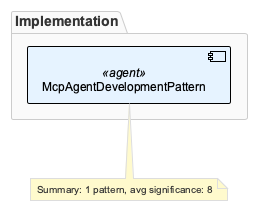
This is knowledge-management/insights/images/mcp-agent-development-pattern-architecture.png from fwornle/coding, a PlantUML export, as it was before one commit.
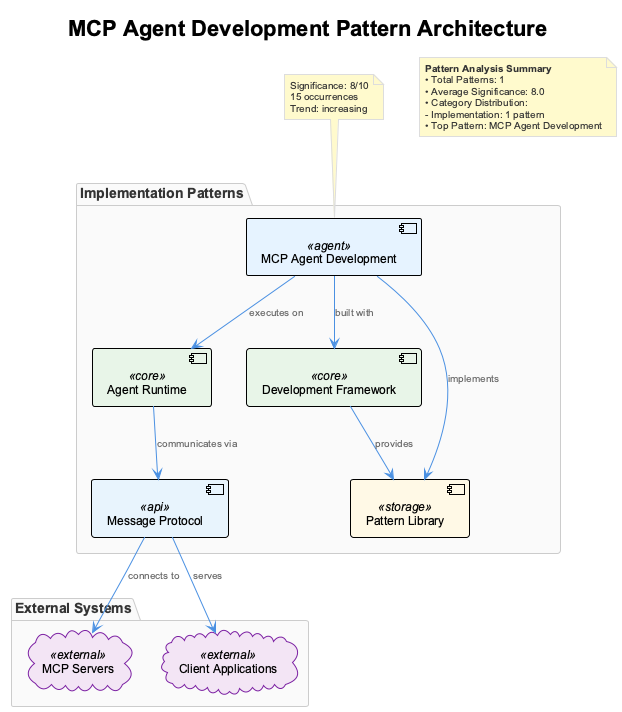
After the change.

Diff of the diagram source:
```diff
@@ -1,12 +1,39 @@
 @startuml
 !include /Users/q284340/Agentic/coding/docs/puml/_standard-style.puml
 
-package "Implementation" {
-  component "McpAgentDevelopmentPattern" as madp <<agent>>
+title MCP Agent Development Pattern Architecture
+
+package "Implementation Patterns" {
+    component "MCP Agent Development" as mcpAgent <<agent>>
+
+    component "Agent Runtime" as runtime <<core>>
+    component "Development Framework" as framework <<core>>
+    component "Pattern Library" as patterns <<storage>>
+    component "Message Protocol" as protocol <<api>>
 }
 
-note "Summary: 1 pattern, avg significance: 8" as summary
+package "External Systems" {
+    cloud "MCP Servers" as mcpServers <<external>>
+    cloud "Client Applications" as clients <<external>>
+}
 
-madp --> summary : relates to
+mcpAgent --> runtime : "executes on"
+mcpAgent --> framework : "built with"
+mcpAgent --> patterns : "implements"
+runtime --> protocol : "communicates via"
+protocol --> mcpServers : "connects to"
+protocol --> clients : "serves"
+framework --> patterns : "provides"
+
+note top of mcpAgent : Significance: 8/10\n15 occurrences\nTrend: increasing
+
+note as summary
+  **Pattern Analysis Summary**
+  • Total Patterns: 1
+  • Average Significance: 8.0
+  • Category Distribution:
+  - Implementation: 1 pattern
+  • Top Pattern: MCP Agent Development
+end note
 
 @enduml
```
